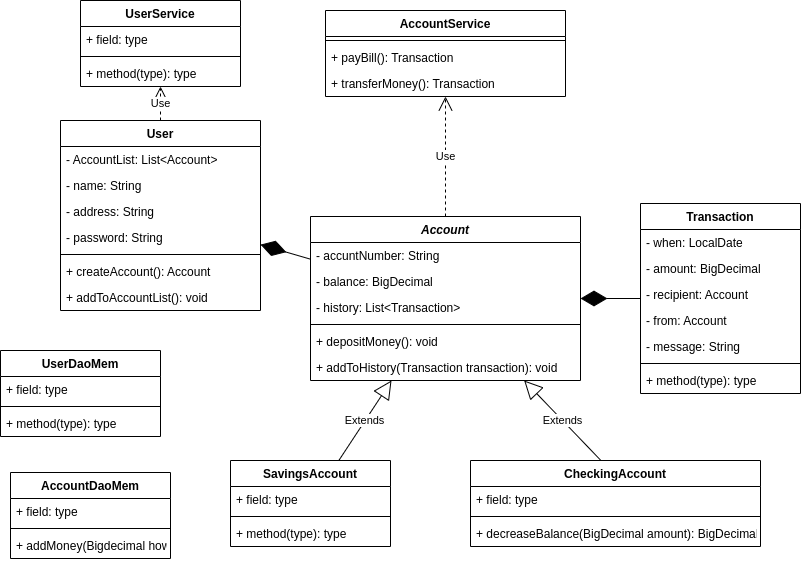
This is bankapp/uml_diagram.png from CodecoolGlobal/el-proyecte-grande-sprint-4-java-b4rn4-cc, a draw.io export, as it was before one commit. Source tidied: cells renumbered, new cells last; positions are measured from the earlier drawing's top-left corner, leaving out a move shared by most shapes.
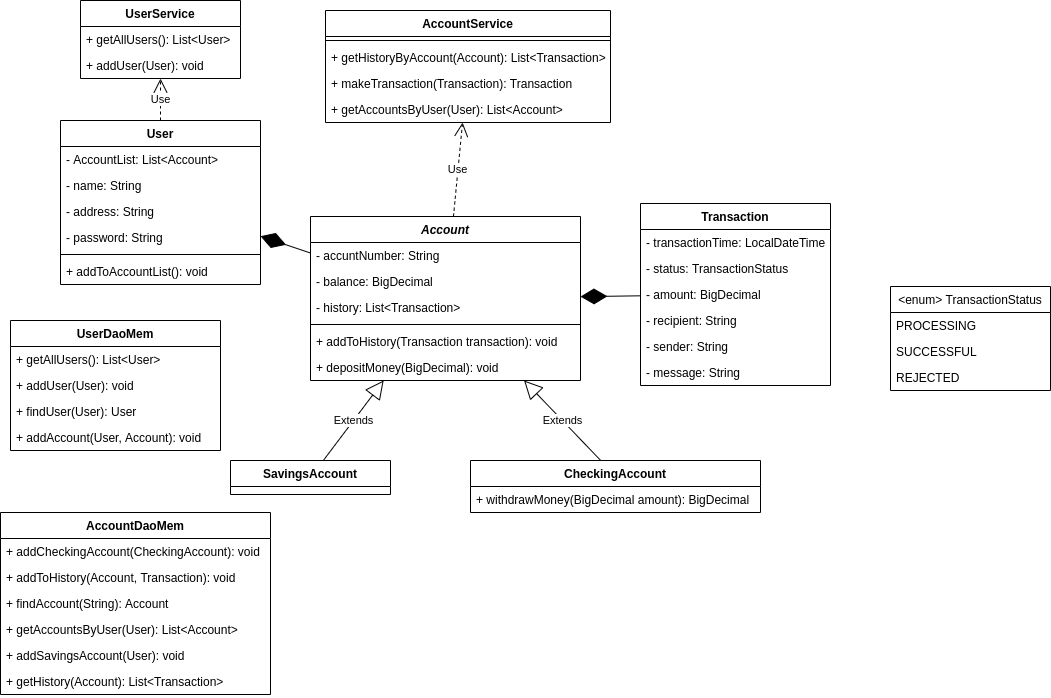
Later version of the same file.

Commit message:
Refactor: UML refreshed for finished sprint

What changed in the source:
```diff
@@ -3,7 +3,7 @@
     <mxCell id="0" />
     <mxCell id="1" parent="0" />
     <mxCell id="2" value="User" style="swimlane;fontStyle=1;align=center;verticalAlign=top;horizontal=1;startSize=26;" parent="1" vertex="1">
-      <mxGeometry x="60" y="120" width="200" height="190" as="geometry" />
+      <mxGeometry x="60" y="120" width="200" height="164" as="geometry" />
     </mxCell>
     <mxCell id="3" value="- AccountList: List&lt;Account&gt;" style="text;strokeColor=none;fillColor=none;align=left;verticalAlign=top;spacingLeft=4;spacingRight=4;overflow=hidden;" parent="2" vertex="1">
       <mxGeometry y="26" width="200" height="26" as="geometry" />
@@ -20,11 +20,8 @@
     <mxCell id="7" style="line;strokeWidth=1;fillColor=none;align=left;verticalAlign=middle;spacingTop=-1;spacingLeft=3;spacingRight=3;labelPosition=right;" parent="2" vertex="1">
       <mxGeometry y="130" width="200" height="8" as="geometry" />
     </mxCell>
-    <mxCell id="8" value="+ createAccount(): Account" style="text;strokeColor=none;fillColor=none;align=left;verticalAlign=top;spacingLeft=4;spacingRight=4;overflow=hidden;" parent="2" vertex="1">
-      <mxGeometry y="138" width="200" height="26" as="geometry" />
-    </mxCell>
     <mxCell id="9" value="+ addToAccountList(): void" style="text;strokeColor=none;fillColor=none;align=left;verticalAlign=top;spacingLeft=4;spacingRight=4;overflow=hidden;" parent="2" vertex="1">
-      <mxGeometry y="164" width="200" height="26" as="geometry" />
+      <mxGeometry y="138" width="200" height="26" as="geometry" />
     </mxCell>
     <mxCell id="10" value="Account" style="swimlane;fontStyle=3;align=center;verticalAlign=top;horizontal=1;startSize=26;" parent="1" vertex="1">
       <mxGeometry x="310" y="216" width="270" height="164" as="geometry" />
@@ -41,114 +38,108 @@
     <mxCell id="14" style="line;strokeWidth=1;fillColor=none;align=left;verticalAlign=middle;spacingTop=-1;spacingLeft=3;spacingRight=3;labelPosition=right;" parent="10" vertex="1">
       <mxGeometry y="104" width="270" height="8" as="geometry" />
     </mxCell>
+    <mxCell id="16" value="+ addToHistory(Transaction transaction): void" style="text;strokeColor=none;fillColor=none;align=left;verticalAlign=top;spacingLeft=4;spacingRight=4;overflow=hidden;" parent="10" vertex="1">
+      <mxGeometry y="112" width="270" height="26" as="geometry" />
+    </mxCell>
-    <mxCell id="15" value="+ depositMoney(): void" style="text;strokeColor=none;fillColor=none;align=left;verticalAlign=top;spacingLeft=4;spacingRight=4;overflow=hidden;" parent="10" vertex="1">
-      <mxGeometry y="112" width="270" height="26" as="geometry" />
+    <mxCell id="15" value="+ depositMoney(BigDecimal): void" style="text;strokeColor=none;fillColor=none;align=left;verticalAlign=top;spacingLeft=4;spacingRight=4;overflow=hidden;" parent="10" vertex="1">
+      <mxGeometry y="138" width="270" height="26" as="geometry" />
     </mxCell>
-    <mxCell id="16" value="+ addToHistory(Transaction transaction): void" style="text;strokeColor=none;fillColor=none;align=left;verticalAlign=top;spacingLeft=4;spacingRight=4;overflow=hidden;" parent="10" vertex="1">
-      <mxGeometry y="138" width="270" height="26" as="geometry" />
-    </mxCell>
     <mxCell id="17" value="SavingsAccount" style="swimlane;fontStyle=1;align=center;verticalAlign=top;horizontal=1;startSize=26;" parent="1" vertex="1">
-      <mxGeometry x="230" y="460" width="160" height="86" as="geometry" />
+      <mxGeometry x="230" y="460" width="160" height="34" as="geometry" />
     </mxCell>
-    <mxCell id="18" value="+ field: type" style="text;strokeColor=none;fillColor=none;align=left;verticalAlign=top;spacingLeft=4;spacingRight=4;overflow=hidden;" parent="17" vertex="1">
-      <mxGeometry y="26" width="160" height="26" as="geometry" />
-    </mxCell>
-    <mxCell id="19" style="line;strokeWidth=1;fillColor=none;align=left;verticalAlign=middle;spacingTop=-1;spacingLeft=3;spacingRight=3;labelPosition=right;" parent="17" vertex="1">
-      <mxGeometry y="52" width="160" height="8" as="geometry" />
-    </mxCell>
-    <mxCell id="20" value="+ method(type): type" style="text;strokeColor=none;fillColor=none;align=left;verticalAlign=top;spacingLeft=4;spacingRight=4;overflow=hidden;" parent="17" vertex="1">
-      <mxGeometry y="60" width="160" height="26" as="geometry" />
-    </mxCell>
     <mxCell id="21" value="Extends" style="endArrow=block;endSize=16;endFill=0;html=1;rounded=0;" parent="1" edge="1" source="17" target="10">
       <mxGeometry relative="1" as="geometry" />
     </mxCell>
     <mxCell id="22" value="CheckingAccount" style="swimlane;fontStyle=1;align=center;verticalAlign=top;horizontal=1;startSize=26;" parent="1" vertex="1">
-      <mxGeometry x="470" y="460" width="290" height="86" as="geometry" />
+      <mxGeometry x="470" y="460" width="290" height="52" as="geometry" />
     </mxCell>
-    <mxCell id="23" value="+ field: type" style="text;strokeColor=none;fillColor=none;align=left;verticalAlign=top;spacingLeft=4;spacingRight=4;overflow=hidden;" parent="22" vertex="1">
-      <mxGeometry y="26" width="290" height="26" as="geometry" />
-    </mxCell>
-    <mxCell id="24" style="line;strokeWidth=1;fillColor=none;align=left;verticalAlign=middle;spacingTop=-1;spacingLeft=3;spacingRight=3;labelPosition=right;" parent="22" vertex="1">
-      <mxGeometry y="52" width="290" height="8" as="geometry" />
-    </mxCell>
-    <mxCell id="25" value="+ decreaseBalance(BigDecimal amount): BigDecimal" style="text;strokeColor=none;fillColor=none;align=left;verticalAlign=top;spacingLeft=4;spacingRight=4;overflow=hidden;" parent="22" vertex="1">
-      <mxGeometry y="60" width="290" height="26" as="geometry" />
+    <mxCell id="25" value="+ withdrawMoney(BigDecimal amount): BigDecimal" style="text;strokeColor=none;fillColor=none;align=left;verticalAlign=top;spacingLeft=4;spacingRight=4;overflow=hidden;" parent="22" vertex="1">
+      <mxGeometry y="26" width="290" height="26" as="geometry" />
     </mxCell>
     <mxCell id="26" value="Extends" style="endArrow=block;endSize=16;endFill=0;html=1;rounded=0;exitX=0.448;exitY=-0.006;exitDx=0;exitDy=0;exitPerimeter=0;" parent="1" edge="1" source="22" target="10">
       <mxGeometry relative="1" as="geometry" />
     </mxCell>
     <mxCell id="27" value="AccountService" style="swimlane;fontStyle=1;align=center;verticalAlign=top;horizontal=1;startSize=26;" parent="1" vertex="1">
-      <mxGeometry x="325" y="10" width="240" height="86" as="geometry" />
+      <mxGeometry x="325" y="10" width="285" height="112" as="geometry" />
     </mxCell>
     <mxCell id="28" style="line;strokeWidth=1;fillColor=none;align=left;verticalAlign=middle;spacingTop=-1;spacingLeft=3;spacingRight=3;labelPosition=right;" parent="27" vertex="1">
-      <mxGeometry y="26" width="240" height="8" as="geometry" />
+      <mxGeometry y="26" width="285" height="8" as="geometry" />
     </mxCell>
-    <mxCell id="29" value="+ payBill(): Transaction" style="text;strokeColor=none;fillColor=none;align=left;verticalAlign=top;spacingLeft=4;spacingRight=4;overflow=hidden;" parent="27" vertex="1">
-      <mxGeometry y="34" width="240" height="26" as="geometry" />
+    <mxCell id="29" value="+ getHistoryByAccount(Account): List&lt;Transaction&gt;" style="text;strokeColor=none;fillColor=none;align=left;verticalAlign=top;spacingLeft=4;spacingRight=4;overflow=hidden;" parent="27" vertex="1">
+      <mxGeometry y="34" width="285" height="26" as="geometry" />
     </mxCell>
-    <mxCell id="30" value="+ transferMoney(): Transaction" style="text;strokeColor=none;fillColor=none;align=left;verticalAlign=top;spacingLeft=4;spacingRight=4;overflow=hidden;" parent="27" vertex="1">
-      <mxGeometry y="60" width="240" height="26" as="geometry" />
+    <mxCell id="30" value="+ makeTransaction(Transaction): Transaction" style="text;strokeColor=none;fillColor=none;align=left;verticalAlign=top;spacingLeft=4;spacingRight=4;overflow=hidden;" parent="27" vertex="1">
+      <mxGeometry y="60" width="285" height="26" as="geometry" />
     </mxCell>
+    <mxCell id="55" value="+ getAccountsByUser(User): List&lt;Account&gt;" style="text;strokeColor=none;fillColor=none;align=left;verticalAlign=top;spacingLeft=4;spacingRight=4;overflow=hidden;" parent="27" vertex="1">
+      <mxGeometry y="86" width="285" height="26" as="geometry" />
+    </mxCell>
     <mxCell id="31" value="Transaction" style="swimlane;fontStyle=1;align=center;verticalAlign=top;horizontal=1;startSize=26;" parent="1" vertex="1">
-      <mxGeometry x="640" y="203" width="160" height="190" as="geometry" />
+      <mxGeometry x="640" y="203" width="190" height="182" as="geometry" />
     </mxCell>
-    <mxCell id="32" value="- when: LocalDate" style="text;strokeColor=none;fillColor=none;align=left;verticalAlign=top;spacingLeft=4;spacingRight=4;overflow=hidden;" parent="31" vertex="1">
-      <mxGeometry y="26" width="160" height="26" as="geometry" />
+    <mxCell id="32" value="- transactionTime: LocalDateTime" style="text;strokeColor=none;fillColor=none;align=left;verticalAlign=top;spacingLeft=4;spacingRight=4;overflow=hidden;" parent="31" vertex="1">
+      <mxGeometry y="26" width="190" height="26" as="geometry" />
     </mxCell>
+    <mxCell id="56" value="- status: TransactionStatus" style="text;strokeColor=none;fillColor=none;align=left;verticalAlign=top;spacingLeft=4;spacingRight=4;overflow=hidden;" parent="31" vertex="1">
+      <mxGeometry y="52" width="190" height="26" as="geometry" />
+    </mxCell>
     <mxCell id="33" value="- amount: BigDecimal" style="text;strokeColor=none;fillColor=none;align=left;verticalAlign=top;spacingLeft=4;spacingRight=4;overflow=hidden;" parent="31" vertex="1">
-      <mxGeometry y="52" width="160" height="26" as="geometry" />
+      <mxGeometry y="78" width="190" height="26" as="geometry" />
     </mxCell>
-    <mxCell id="34" value="- recipient: Account" style="text;strokeColor=none;fillColor=none;align=left;verticalAlign=top;spacingLeft=4;spacingRight=4;overflow=hidden;" parent="31" vertex="1">
-      <mxGeometry y="78" width="160" height="26" as="geometry" />
+    <mxCell id="34" value="- recipient: String" style="text;strokeColor=none;fillColor=none;align=left;verticalAlign=top;spacingLeft=4;spacingRight=4;overflow=hidden;" parent="31" vertex="1">
+      <mxGeometry y="104" width="190" height="26" as="geometry" />
     </mxCell>
-    <mxCell id="35" value="- from: Account" style="text;strokeColor=none;fillColor=none;align=left;verticalAlign=top;spacingLeft=4;spacingRight=4;overflow=hidden;" parent="31" vertex="1">
-      <mxGeometry y="104" width="160" height="26" as="geometry" />
+    <mxCell id="35" value="- sender: String" style="text;strokeColor=none;fillColor=none;align=left;verticalAlign=top;spacingLeft=4;spacingRight=4;overflow=hidden;" parent="31" vertex="1">
+      <mxGeometry y="130" width="190" height="26" as="geometry" />
     </mxCell>
     <mxCell id="36" value="- message: String" style="text;strokeColor=none;fillColor=none;align=left;verticalAlign=top;spacingLeft=4;spacingRight=4;overflow=hidden;" parent="31" vertex="1">
-      <mxGeometry y="130" width="160" height="26" as="geometry" />
+      <mxGeometry y="156" width="190" height="26" as="geometry" />
     </mxCell>
-    <mxCell id="37" style="line;strokeWidth=1;fillColor=none;align=left;verticalAlign=middle;spacingTop=-1;spacingLeft=3;spacingRight=3;labelPosition=right;" parent="31" vertex="1">
-      <mxGeometry y="156" width="160" height="8" as="geometry" />
-    </mxCell>
-    <mxCell id="38" value="+ method(type): type" style="text;strokeColor=none;fillColor=none;align=left;verticalAlign=top;spacingLeft=4;spacingRight=4;overflow=hidden;" parent="31" vertex="1">
-      <mxGeometry y="164" width="160" height="26" as="geometry" />
-    </mxCell>
     <mxCell id="39" value="UserDaoMem" style="swimlane;fontStyle=1;align=center;verticalAlign=top;horizontal=1;startSize=26;" parent="1" vertex="1">
-      <mxGeometry y="350" width="160" height="86" as="geometry" />
+      <mxGeometry x="10" y="320" width="210" height="130" as="geometry" />
     </mxCell>
-    <mxCell id="40" value="+ field: type" style="text;strokeColor=none;fillColor=none;align=left;verticalAlign=top;spacingLeft=4;spacingRight=4;overflow=hidden;" parent="39" vertex="1">
-      <mxGeometry y="26" width="160" height="26" as="geometry" />
-    </mxCell>
-    <mxCell id="41" style="line;strokeWidth=1;fillColor=none;align=left;verticalAlign=middle;spacingTop=-1;spacingLeft=3;spacingRight=3;labelPosition=right;" parent="39" vertex="1">
-      <mxGeometry y="52" width="160" height="8" as="geometry" />
-    </mxCell>
-    <mxCell id="42" value="+ method(type): type" style="text;strokeColor=none;fillColor=none;align=left;verticalAlign=top;spacingLeft=4;spacingRight=4;overflow=hidden;" parent="39" vertex="1">
-      <mxGeometry y="60" width="160" height="26" as="geometry" />
-    </mxCell>
+    <mxCell id="57" value="+ getAllUsers(): List&lt;User&gt;" style="text;strokeColor=none;fillColor=none;align=left;verticalAlign=top;spacingLeft=4;spacingRight=4;overflow=hidden;" parent="39" vertex="1">
+      <mxGeometry y="26" width="210" height="26" as="geometry" />
+    </mxCell>
+    <mxCell id="58" value="+ addUser(User): void" style="text;strokeColor=none;fillColor=none;align=left;verticalAlign=top;spacingLeft=4;spacingRight=4;overflow=hidden;" parent="39" vertex="1">
+      <mxGeometry y="52" width="210" height="26" as="geometry" />
+    </mxCell>
+    <mxCell id="59" value="+ findUser(User): User" style="text;strokeColor=none;fillColor=none;align=left;verticalAlign=top;spacingLeft=4;spacingRight=4;overflow=hidden;" parent="39" vertex="1">
+      <mxGeometry y="78" width="210" height="26" as="geometry" />
+    </mxCell>
+    <mxCell id="60" value="+ addAccount(User, Account): void" style="text;strokeColor=none;fillColor=none;align=left;verticalAlign=top;spacingLeft=4;spacingRight=4;overflow=hidden;" parent="39" vertex="1">
+      <mxGeometry y="104" width="210" height="26" as="geometry" />
+    </mxCell>
     <mxCell id="43" value="AccountDaoMem" style="swimlane;fontStyle=1;align=center;verticalAlign=top;horizontal=1;startSize=26;" parent="1" vertex="1">
-      <mxGeometry x="10" y="472" width="160" height="86" as="geometry" />
+      <mxGeometry y="512" width="270" height="182" as="geometry" />
     </mxCell>
-    <mxCell id="44" value="+ field: type" style="text;strokeColor=none;fillColor=none;align=left;verticalAlign=top;spacingLeft=4;spacingRight=4;overflow=hidden;" parent="43" vertex="1">
-      <mxGeometry y="26" width="160" height="26" as="geometry" />
-    </mxCell>
-    <mxCell id="45" style="line;strokeWidth=1;fillColor=none;align=left;verticalAlign=middle;spacingTop=-1;spacingLeft=3;spacingRight=3;labelPosition=right;" parent="43" vertex="1">
-      <mxGeometry y="52" width="160" height="8" as="geometry" />
-    </mxCell>
+    <mxCell id="61" value="+ addCheckingAccount(CheckingAccount): void" style="text;strokeColor=none;fillColor=none;align=left;verticalAlign=top;spacingLeft=4;spacingRight=4;overflow=hidden;" parent="43" vertex="1">
+      <mxGeometry y="26" width="270" height="26" as="geometry" />
+    </mxCell>
+    <mxCell id="62" value="+ addToHistory(Account, Transaction): void" style="text;strokeColor=none;fillColor=none;align=left;verticalAlign=top;spacingLeft=4;spacingRight=4;overflow=hidden;" parent="43" vertex="1">
+      <mxGeometry y="52" width="270" height="26" as="geometry" />
+    </mxCell>
-    <mxCell id="46" value="+ addMoney(Bigdecimal howMouch): void" style="text;strokeColor=none;fillColor=none;align=left;verticalAlign=top;spacingLeft=4;spacingRight=4;overflow=hidden;" parent="43" vertex="1">
-      <mxGeometry y="60" width="160" height="26" as="geometry" />
+    <mxCell id="46" value="+ findAccount(String): Account" style="text;strokeColor=none;fillColor=none;align=left;verticalAlign=top;spacingLeft=4;spacingRight=4;overflow=hidden;" parent="43" vertex="1">
+      <mxGeometry y="78" width="270" height="26" as="geometry" />
     </mxCell>
+    <mxCell id="63" value="+ getAccountsByUser(User): List&lt;Account&gt;" style="text;strokeColor=none;fillColor=none;align=left;verticalAlign=top;spacingLeft=4;spacingRight=4;overflow=hidden;" parent="43" vertex="1">
+      <mxGeometry y="104" width="270" height="26" as="geometry" />
+    </mxCell>
+    <mxCell id="64" value="+ addSavingsAccount(User): void" style="text;strokeColor=none;fillColor=none;align=left;verticalAlign=top;spacingLeft=4;spacingRight=4;overflow=hidden;" parent="43" vertex="1">
+      <mxGeometry y="130" width="270" height="26" as="geometry" />
+    </mxCell>
+    <mxCell id="65" value="+ getHistory(Account): List&lt;Transaction&gt;" style="text;strokeColor=none;fillColor=none;align=left;verticalAlign=top;spacingLeft=4;spacingRight=4;overflow=hidden;" parent="43" vertex="1">
+      <mxGeometry y="156" width="270" height="26" as="geometry" />
+    </mxCell>
     <mxCell id="47" value="UserService" style="swimlane;fontStyle=1;align=center;verticalAlign=top;horizontal=1;startSize=26;" parent="1" vertex="1">
-      <mxGeometry x="80" width="160" height="86" as="geometry" />
+      <mxGeometry x="80" width="160" height="78" as="geometry" />
     </mxCell>
-    <mxCell id="48" value="+ field: type" style="text;strokeColor=none;fillColor=none;align=left;verticalAlign=top;spacingLeft=4;spacingRight=4;overflow=hidden;" parent="47" vertex="1">
-      <mxGeometry y="26" width="160" height="26" as="geometry" />
-    </mxCell>
-    <mxCell id="49" style="line;strokeWidth=1;fillColor=none;align=left;verticalAlign=middle;spacingTop=-1;spacingLeft=3;spacingRight=3;labelPosition=right;" parent="47" vertex="1">
-      <mxGeometry y="52" width="160" height="8" as="geometry" />
-    </mxCell>
-    <mxCell id="50" value="+ method(type): type" style="text;strokeColor=none;fillColor=none;align=left;verticalAlign=top;spacingLeft=4;spacingRight=4;overflow=hidden;" parent="47" vertex="1">
-      <mxGeometry y="60" width="160" height="26" as="geometry" />
+    <mxCell id="50" value="+ getAllUsers(): List&lt;User&gt;" style="text;strokeColor=none;fillColor=none;align=left;verticalAlign=top;spacingLeft=4;spacingRight=4;overflow=hidden;" parent="47" vertex="1">
+      <mxGeometry y="26" width="160" height="26" as="geometry" />
     </mxCell>
+    <mxCell id="66" value="+ addUser(User): void" style="text;strokeColor=none;fillColor=none;align=left;verticalAlign=top;spacingLeft=4;spacingRight=4;overflow=hidden;" parent="47" vertex="1">
+      <mxGeometry y="52" width="160" height="26" as="geometry" />
+    </mxCell>
     <mxCell id="51" style="endArrow=diamondThin;endFill=1;endSize=24;html=1;rounded=0;" parent="1" edge="1" source="10" target="2">
       <mxGeometry relative="1" as="geometry" />
     </mxCell>
@@ -161,5 +152,17 @@
     <mxCell id="54" value="Use" style="endArrow=open;endSize=12;dashed=1;html=1;rounded=0;" parent="1" edge="1" source="10" target="27">
       <mxGeometry relative="1" as="geometry" />
     </mxCell>
+    <mxCell id="67" value="&lt;enum&gt; TransactionStatus" style="swimlane;fontStyle=0;horizontal=1;startSize=26;fillColor=none;" parent="1" vertex="1">
+      <mxGeometry x="890" y="286" width="160" height="104" as="geometry" />
+    </mxCell>
+    <mxCell id="68" value="PROCESSING" style="text;strokeColor=none;fillColor=none;align=left;verticalAlign=top;spacingLeft=4;spacingRight=4;overflow=hidden;" parent="67" vertex="1">
+      <mxGeometry y="26" width="160" height="26" as="geometry" />
+    </mxCell>
+    <mxCell id="69" value="SUCCESSFUL" style="text;strokeColor=none;fillColor=none;align=left;verticalAlign=top;spacingLeft=4;spacingRight=4;overflow=hidden;" parent="67" vertex="1">
+      <mxGeometry y="52" width="160" height="26" as="geometry" />
+    </mxCell>
+    <mxCell id="70" value="REJECTED" style="text;strokeColor=none;fillColor=none;align=left;verticalAlign=top;spacingLeft=4;spacingRight=4;overflow=hidden;" parent="67" vertex="1">
+      <mxGeometry y="78" width="160" height="26" as="geometry" />
+    </mxCell>
   </root>
 </mxGraphModel>
```
